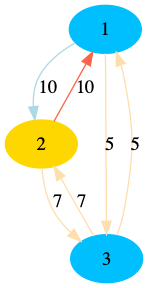
Earlier version of the Graphviz export run/output/graph046.gv.png (CarlosMatheus/Distributed-Minimum-Spanning-Tree). Its source is kept beside it as run/output/graph046.gv.
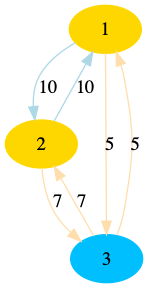
After the commit.

What changed in the source:
```diff
@@ -1,9 +1,9 @@
 digraph "output/graph046" {
-	1 [color=deepskyblue1 style=filled]
+	1 [color=gold1 style=filled]
 	2 [color=gold1 style=filled]
 	3 [color=deepskyblue1 style=filled]
 	1 -> 2 [label=10 color=lightblue]
-	2 -> 1 [label=10 color=tomato]
+	2 -> 1 [label=10 color=lightblue]
 	2 -> 3 [label=7 color=navajowhite]
 	3 -> 2 [label=7 color=navajowhite]
 	1 -> 3 [label=5 color=navajowhite]
```
